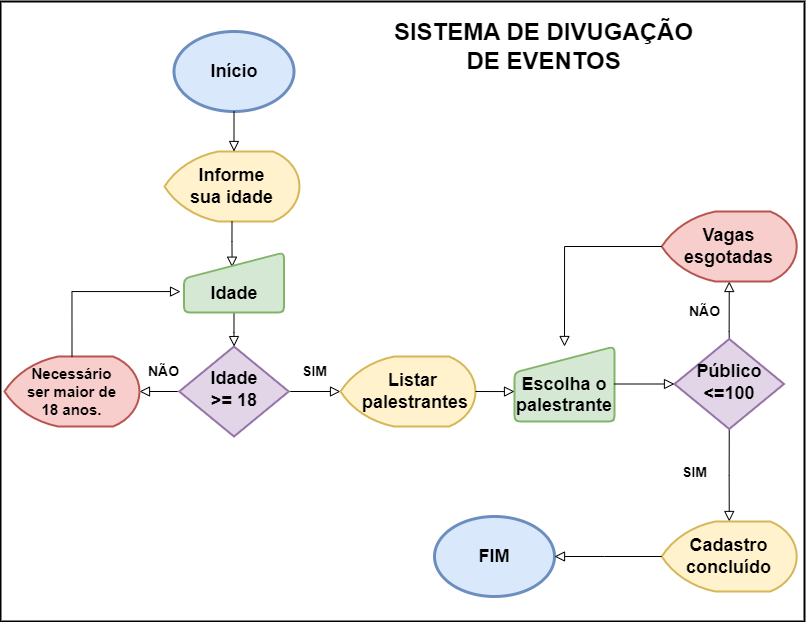
This is resolucao-problemas/atividade1_uc8.png from Italo-O/senai-logica-programacao, a draw.io export, as it was before one commit. Source tidied: cells renumbered, new cells last; positions are measured from the earlier drawing's top-left corner, leaving out a move shared by most shapes. The source it was exported from:
```xml
<mxGraphModel>
  <root>
    <mxCell id="0" />
    <mxCell id="1" parent="0" />
    <mxCell id="2" style="rounded=0;whiteSpace=wrap;html=1;strokeWidth=2;fontSize=15;" parent="1" vertex="1">
      <mxGeometry width="804" height="620" as="geometry" />
    </mxCell>
    <mxCell id="3" style="rounded=0;html=1;jettySize=auto;fontSize=11;endArrow=block;endFill=0;endSize=8;strokeWidth=1;shadow=0;labelBackgroundColor=none;edgeStyle=orthogonalEdgeStyle;exitX=0.5;exitY=1;exitDx=0;exitDy=0;" parent="1" edge="1" source="13" target="6">
      <mxGeometry relative="1" as="geometry" />
    </mxCell>
    <mxCell id="4" value="&lt;font style=&quot;font-size: 14px;&quot;&gt;&lt;b&gt;SIM&lt;/b&gt;&lt;/font&gt;" style="rounded=0;html=1;jettySize=auto;fontSize=11;endArrow=block;endFill=0;endSize=8;strokeWidth=1;shadow=0;labelBackgroundColor=none;edgeStyle=orthogonalEdgeStyle;exitX=1;exitY=0.5;exitDx=0;exitDy=0;entryX=0;entryY=0.5;entryDx=0;entryDy=0;entryPerimeter=0;" parent="1" edge="1" source="6" target="16">
      <mxGeometry y="20" relative="1" as="geometry" />
    </mxCell>
    <mxCell id="5" value="&lt;font style=&quot;font-size: 14px;&quot;&gt;&lt;b&gt;NÃO&lt;/b&gt;&lt;/font&gt;" style="edgeStyle=orthogonalEdgeStyle;rounded=0;html=1;jettySize=auto;fontSize=11;endArrow=block;endFill=0;endSize=8;strokeWidth=1;shadow=0;labelBackgroundColor=none;exitX=0;exitY=0.5;exitDx=0;exitDy=0;entryX=1;entryY=0.5;entryDx=0;entryDy=0;entryPerimeter=0;" parent="1" edge="1" source="6" target="14">
      <mxGeometry x="-0.26" y="-20" relative="1" as="geometry" />
    </mxCell>
    <mxCell id="6" value="&lt;font style=&quot;font-size: 18px;&quot;&gt;&lt;b&gt;Idade&lt;br&gt;&amp;gt;= 18&lt;/b&gt;&lt;/font&gt;" style="rhombus;whiteSpace=wrap;html=1;shadow=0;fontFamily=Helvetica;fontSize=12;align=center;strokeWidth=2;spacing=6;spacingTop=-4;fillColor=#e1d5e7;strokeColor=#9673a6;" parent="1" vertex="1">
      <mxGeometry x="178.8" y="345" width="109.5" height="90" as="geometry" />
    </mxCell>
    <mxCell id="7" value="&lt;font style=&quot;font-size: 14px;&quot;&gt;&lt;b&gt;NÃO&lt;/b&gt;&lt;/font&gt;" style="rounded=0;html=1;jettySize=auto;fontSize=11;endArrow=block;endFill=0;endSize=8;strokeWidth=1;shadow=0;labelBackgroundColor=none;edgeStyle=orthogonalEdgeStyle;exitX=0.5;exitY=0;exitDx=0;exitDy=0;entryX=0.5;entryY=1;entryDx=0;entryDy=0;entryPerimeter=0;" parent="1" edge="1" source="20" target="21">
      <mxGeometry x="-0.04" y="25" relative="1" as="geometry">
        <Array as="points">
          <mxPoint x="729" y="330" />
          <mxPoint x="729" y="330" />
        </Array>
      </mxGeometry>
    </mxCell>
    <mxCell id="8" value="&lt;font style=&quot;font-size: 14px;&quot;&gt;&lt;b&gt;SIM&lt;/b&gt;&lt;/font&gt;" style="edgeStyle=orthogonalEdgeStyle;rounded=0;html=1;jettySize=auto;fontSize=11;endArrow=block;endFill=0;endSize=8;strokeWidth=1;shadow=0;labelBackgroundColor=none;exitX=0.5;exitY=1;exitDx=0;exitDy=0;entryX=0.5;entryY=0;entryDx=0;entryDy=0;entryPerimeter=0;" parent="1" edge="1" source="20" target="23">
      <mxGeometry x="-0.08" y="-35" relative="1" as="geometry">
        <mxPoint y="1" as="offset" />
      </mxGeometry>
    </mxCell>
    <mxCell id="9" value="&lt;b&gt;&lt;font style=&quot;font-size: 18px;&quot;&gt;Início&lt;/font&gt;&lt;/b&gt;" style="ellipse;whiteSpace=wrap;html=1;fillColor=#dae8fc;strokeColor=#6c8ebf;strokeWidth=3;" parent="1" vertex="1">
      <mxGeometry x="173.5" y="30" width="120" height="80" as="geometry" />
    </mxCell>
    <mxCell id="10" value="&lt;b style=&quot;&quot;&gt;Informe&lt;br&gt;sua idade&lt;/b&gt;" style="strokeWidth=2;html=1;shape=mxgraph.flowchart.display;whiteSpace=wrap;fontSize=18;fillColor=#fff2cc;strokeColor=#d6b656;align=center;" parent="1" vertex="1">
      <mxGeometry x="164" y="150" width="135" height="70" as="geometry" />
    </mxCell>
    <mxCell id="11" style="rounded=0;html=1;jettySize=auto;fontSize=11;endArrow=block;endFill=0;endSize=8;strokeWidth=1;shadow=0;labelBackgroundColor=none;edgeStyle=orthogonalEdgeStyle;exitX=0.5;exitY=1;exitDx=0;exitDy=0;" parent="1" edge="1" source="9" target="10">
      <mxGeometry relative="1" as="geometry">
        <Array as="points">
          <mxPoint x="234" y="110" />
        </Array>
      </mxGeometry>
    </mxCell>
    <mxCell id="12" style="rounded=0;html=1;jettySize=auto;fontSize=11;endArrow=block;endFill=0;endSize=8;strokeWidth=1;shadow=0;labelBackgroundColor=none;edgeStyle=orthogonalEdgeStyle;exitX=0.5;exitY=1;exitDx=0;exitDy=0;exitPerimeter=0;entryX=0.481;entryY=0.245;entryDx=0;entryDy=0;entryPerimeter=0;" parent="1" edge="1" source="10" target="13">
      <mxGeometry relative="1" as="geometry" />
    </mxCell>
    <mxCell id="13" value="&lt;b&gt;&lt;br&gt;Idade&lt;/b&gt;" style="html=1;strokeWidth=2;shape=manualInput;whiteSpace=wrap;rounded=1;size=26;arcSize=11;fontSize=18;fillColor=#d5e8d4;strokeColor=#82b366;" parent="1" vertex="1">
      <mxGeometry x="183.5" y="251" width="100" height="60" as="geometry" />
    </mxCell>
    <mxCell id="14" value="&lt;h5 style=&quot;font-size: 15px;&quot;&gt;&lt;b&gt;Necessário&lt;br&gt;&lt;/b&gt;&lt;b&gt;ser maior de&lt;br&gt;&lt;/b&gt;&lt;b&gt;18 anos.&lt;/b&gt;&lt;/h5&gt;" style="strokeWidth=2;html=1;shape=mxgraph.flowchart.display;whiteSpace=wrap;fontSize=18;fillColor=#f8cecc;strokeColor=#b85450;align=center;" parent="1" vertex="1">
      <mxGeometry x="4" y="355" width="135" height="70" as="geometry" />
    </mxCell>
    <mxCell id="15" style="rounded=0;html=1;jettySize=auto;fontSize=11;endArrow=block;endFill=0;endSize=8;strokeWidth=1;shadow=0;labelBackgroundColor=none;edgeStyle=orthogonalEdgeStyle;exitX=0.5;exitY=0;exitDx=0;exitDy=0;exitPerimeter=0;entryX=-0.035;entryY=0.667;entryDx=0;entryDy=0;entryPerimeter=0;" parent="1" edge="1" source="14" target="13">
      <mxGeometry relative="1" as="geometry">
        <Array as="points">
          <mxPoint x="72" y="290" />
        </Array>
      </mxGeometry>
    </mxCell>
    <mxCell id="16" value="&lt;blockquote style=&quot;margin: 0 0 0 40px; border: none; padding: 0px;&quot;&gt;&lt;/blockquote&gt;&lt;b style=&quot;background-color: initial;&quot;&gt;&amp;nbsp; Listar&lt;/b&gt;&lt;br&gt;&lt;b style=&quot;background-color: initial;&quot;&gt;&amp;nbsp; &amp;nbsp;palestrantes&lt;/b&gt;" style="strokeWidth=2;html=1;shape=mxgraph.flowchart.display;whiteSpace=wrap;fontSize=18;fillColor=#fff2cc;strokeColor=#d6b656;align=center;" parent="1" vertex="1">
      <mxGeometry x="340" y="355" width="135" height="70" as="geometry" />
    </mxCell>
    <mxCell id="17" value="&lt;b&gt;&lt;br&gt;Escolha o&lt;br&gt;palestrante&lt;br&gt;&lt;/b&gt;" style="html=1;strokeWidth=2;shape=manualInput;whiteSpace=wrap;rounded=1;size=26;arcSize=11;fontSize=18;fillColor=#d5e8d4;strokeColor=#82b366;" parent="1" vertex="1">
      <mxGeometry x="514" y="345" width="100" height="75" as="geometry" />
    </mxCell>
    <mxCell id="18" style="rounded=0;html=1;jettySize=auto;fontSize=11;endArrow=block;endFill=0;endSize=8;strokeWidth=1;shadow=0;labelBackgroundColor=none;edgeStyle=orthogonalEdgeStyle;exitX=1;exitY=0.5;exitDx=0;exitDy=0;exitPerimeter=0;entryX=0;entryY=0.6;entryDx=0;entryDy=0;entryPerimeter=0;" parent="1" edge="1" source="16" target="17">
      <mxGeometry relative="1" as="geometry">
        <Array as="points">
          <mxPoint x="504" y="390" />
          <mxPoint x="504" y="390" />
        </Array>
      </mxGeometry>
    </mxCell>
    <mxCell id="19" style="rounded=0;html=1;jettySize=auto;fontSize=11;endArrow=block;endFill=0;endSize=8;strokeWidth=1;shadow=0;labelBackgroundColor=none;edgeStyle=orthogonalEdgeStyle;exitX=1;exitY=0.5;exitDx=0;exitDy=0;entryX=0;entryY=0.5;entryDx=0;entryDy=0;" parent="1" edge="1" source="17" target="20">
      <mxGeometry relative="1" as="geometry" />
    </mxCell>
    <mxCell id="20" value="&lt;b style=&quot;font-size: 18px;&quot;&gt;Público&lt;br&gt;&amp;lt;=100&lt;/b&gt;" style="rhombus;whiteSpace=wrap;html=1;shadow=0;fontFamily=Helvetica;fontSize=12;align=center;strokeWidth=2;spacing=6;spacingTop=-4;fillColor=#e1d5e7;strokeColor=#9673a6;" parent="1" vertex="1">
      <mxGeometry x="674" y="337.5" width="109.5" height="90" as="geometry" />
    </mxCell>
    <mxCell id="21" value="&lt;blockquote style=&quot;margin: 0 0 0 40px; border: none; padding: 0px;&quot;&gt;&lt;/blockquote&gt;&lt;font style=&quot;font-size: 18px;&quot;&gt;&lt;b&gt;Vagas&lt;br&gt;esgotadas&lt;/b&gt;&lt;/font&gt;" style="strokeWidth=2;html=1;shape=mxgraph.flowchart.display;whiteSpace=wrap;fontSize=18;fillColor=#f8cecc;strokeColor=#b85450;align=center;" parent="1" vertex="1">
      <mxGeometry x="661.2" y="210" width="135" height="70" as="geometry" />
    </mxCell>
    <mxCell id="22" style="rounded=0;html=1;jettySize=auto;fontSize=11;endArrow=block;endFill=0;endSize=8;strokeWidth=1;shadow=0;labelBackgroundColor=none;edgeStyle=orthogonalEdgeStyle;exitX=0;exitY=0.5;exitDx=0;exitDy=0;exitPerimeter=0;entryX=0.5;entryY=0;entryDx=0;entryDy=0;" parent="1" edge="1" source="21" target="17">
      <mxGeometry relative="1" as="geometry">
        <Array as="points">
          <mxPoint x="564" y="245" />
        </Array>
      </mxGeometry>
    </mxCell>
    <mxCell id="23" value="&lt;b&gt;Cadastro&lt;/b&gt;&lt;br&gt;&lt;b&gt;concluído&lt;/b&gt;" style="strokeWidth=2;html=1;shape=mxgraph.flowchart.display;whiteSpace=wrap;fontSize=18;fillColor=#fff2cc;strokeColor=#d6b656;align=center;" parent="1" vertex="1">
      <mxGeometry x="661.2" y="520" width="135" height="70" as="geometry" />
    </mxCell>
    <mxCell id="24" value="&lt;b&gt;&lt;font style=&quot;font-size: 18px;&quot;&gt;FIM&lt;/font&gt;&lt;/b&gt;" style="ellipse;whiteSpace=wrap;html=1;fillColor=#dae8fc;strokeColor=#6c8ebf;strokeWidth=3;" parent="1" vertex="1">
      <mxGeometry x="434" y="515" width="120" height="80" as="geometry" />
    </mxCell>
    <mxCell id="25" style="rounded=0;html=1;jettySize=auto;fontSize=11;endArrow=block;endFill=0;endSize=8;strokeWidth=1;shadow=0;labelBackgroundColor=none;edgeStyle=orthogonalEdgeStyle;exitX=0;exitY=0.5;exitDx=0;exitDy=0;entryX=1;entryY=0.5;entryDx=0;entryDy=0;exitPerimeter=0;" parent="1" edge="1" source="23" target="24">
      <mxGeometry relative="1" as="geometry">
        <Array as="points">
          <mxPoint x="604" y="555" />
          <mxPoint x="604" y="555" />
        </Array>
      </mxGeometry>
    </mxCell>
    <mxCell id="26" value="&lt;font size=&quot;1&quot; style=&quot;&quot;&gt;&lt;b style=&quot;font-size: 24px;&quot;&gt;SISTEMA DE DIVUGAÇÃO&lt;br&gt;DE EVENTOS&lt;/b&gt;&lt;/font&gt;" style="text;html=1;align=center;verticalAlign=middle;strokeColor=none;fillColor=none;fontSize=14;" parent="1" vertex="1">
      <mxGeometry x="383" y="10" width="320" height="70" as="geometry" />
    </mxCell>
  </root>
</mxGraphModel>
```
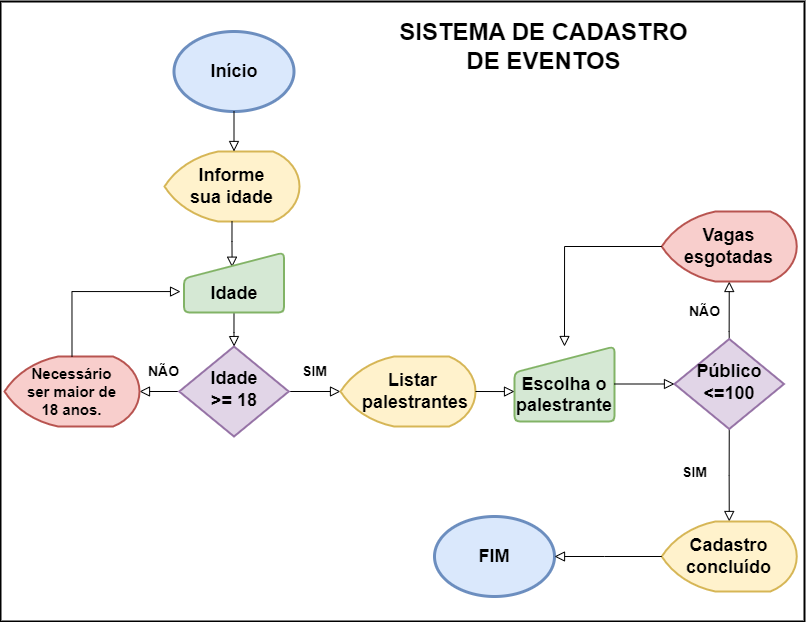
Above is the later version.

Commit message:
atualização atividade 1

Diff of the diagram source:
```diff
@@ -103,8 +103,8 @@
         </Array>
       </mxGeometry>
     </mxCell>
-    <mxCell id="26" value="&lt;font size=&quot;1&quot; style=&quot;&quot;&gt;&lt;b style=&quot;font-size: 24px;&quot;&gt;SISTEMA DE DIVUGAÇÃO&lt;br&gt;DE EVENTOS&lt;/b&gt;&lt;/font&gt;" style="text;html=1;align=center;verticalAlign=middle;strokeColor=none;fillColor=none;fontSize=14;" parent="1" vertex="1">
-      <mxGeometry x="383" y="10" width="320" height="70" as="geometry" />
+    <mxCell id="26" value="&lt;font size=&quot;1&quot; style=&quot;&quot;&gt;&lt;b style=&quot;font-size: 24px;&quot;&gt;SISTEMA DE CADASTRO&lt;br&gt;DE EVENTOS&lt;/b&gt;&lt;/font&gt;" style="text;html=1;align=center;verticalAlign=middle;strokeColor=none;fillColor=none;fontSize=14;" parent="1" vertex="1">
+      <mxGeometry x="388" y="10" width="310" height="70" as="geometry" />
     </mxCell>
   </root>
 </mxGraphModel>
```
